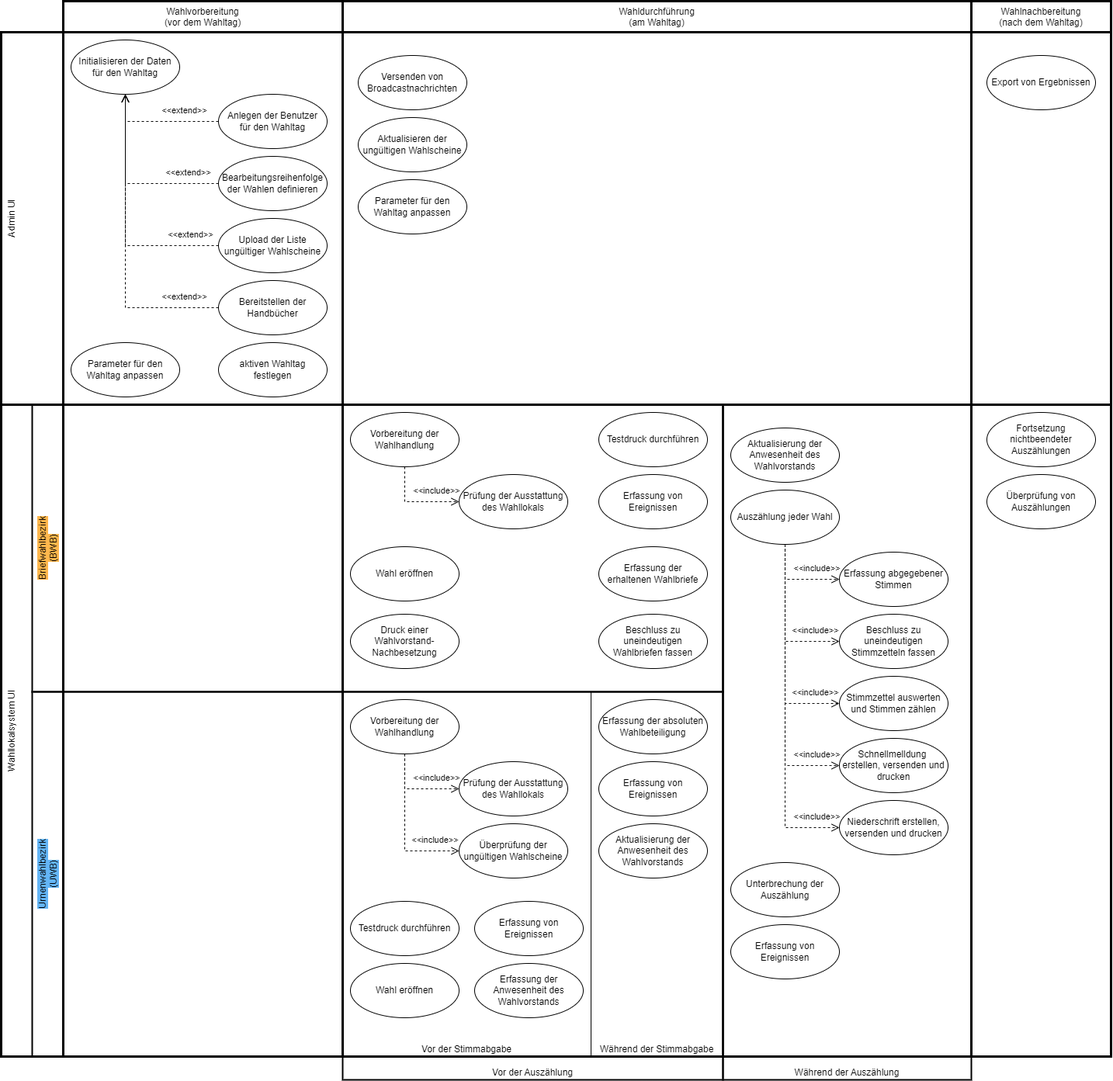
This is docs/src/public/relationshipOfUIsToElectionProcess.drawio.png from it-at-m/Wahllokalsystem, a draw.io export, as it was before one commit. Source tidied: cells renumbered, new cells last; positions are measured from the earlier drawing's top-left corner, leaving out a move shared by most shapes.
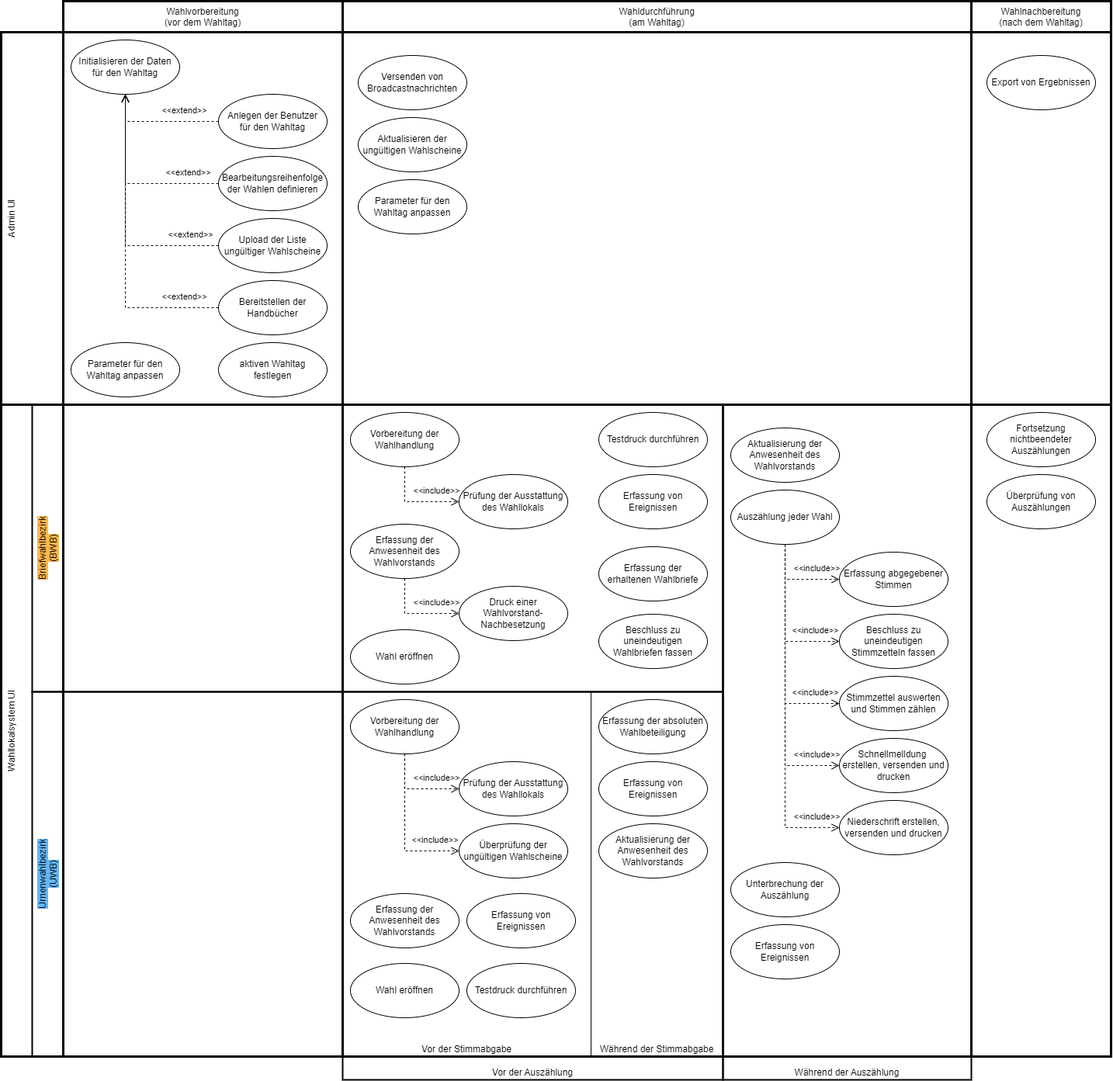
Later version of the same file.

Commit message:
update image to match usecases

Diff of the diagram source:
```diff
@@ -144,7 +144,7 @@
       </mxGeometry>
     </mxCell>
     <mxCell id="41" value="Wahl eröffnen" style="ellipse;whiteSpace=wrap;html=1;" parent="1" vertex="1">
-      <mxGeometry x="450" y="703" width="140" height="70" as="geometry" />
+      <mxGeometry x="450" y="810" width="140" height="70" as="geometry" />
     </mxCell>
     <mxCell id="42" value="&lt;div&gt;&lt;span style=&quot;background-color: initial;&quot;&gt;Erfassung der&lt;br&gt;erhaltenen Wahlbriefe&lt;/span&gt;&lt;br&gt;&lt;/div&gt;" style="ellipse;whiteSpace=wrap;html=1;" parent="1" vertex="1">
       <mxGeometry x="770" y="703" width="140" height="70" as="geometry" />
@@ -168,13 +168,13 @@
       <mxGeometry x="590" y="1060" width="140" height="70" as="geometry" />
     </mxCell>
     <mxCell id="49" value="Erfassung der Anwesenheit des Wahlvorstands" style="ellipse;whiteSpace=wrap;html=1;" parent="1" vertex="1">
-      <mxGeometry x="610" y="1240" width="140" height="70" as="geometry" />
+      <mxGeometry x="450" y="1150" width="140" height="70" as="geometry" />
     </mxCell>
     <mxCell id="50" value="Wahl eröffnen" style="ellipse;whiteSpace=wrap;html=1;" parent="1" vertex="1">
       <mxGeometry x="450" y="1240" width="140" height="70" as="geometry" />
     </mxCell>
     <mxCell id="51" value="Erfassung von Ereignissen" style="ellipse;whiteSpace=wrap;html=1;" parent="1" vertex="1">
-      <mxGeometry x="610" y="1160" width="140" height="70" as="geometry" />
+      <mxGeometry x="600" y="1150" width="140" height="70" as="geometry" />
     </mxCell>
     <mxCell id="52" value="&amp;lt;&amp;lt;include&amp;gt;&amp;gt;" style="endArrow=open;startArrow=none;endFill=0;startFill=0;endSize=8;html=1;verticalAlign=bottom;dashed=1;labelBackgroundColor=none;rounded=0;entryX=0;entryY=0.5;entryDx=0;entryDy=0;exitX=0.5;exitY=1;exitDx=0;exitDy=0;" parent="1" edge="1" source="46" target="47">
       <mxGeometry x="0.48" y="5" relative="1" as="geometry">
@@ -191,7 +191,7 @@
       </mxGeometry>
     </mxCell>
     <mxCell id="54" value="Testdruck durchführen" style="ellipse;whiteSpace=wrap;html=1;" parent="1" vertex="1">
-      <mxGeometry x="450" y="1160" width="140" height="70" as="geometry" />
+      <mxGeometry x="600" y="1240" width="140" height="70" as="geometry" />
     </mxCell>
     <mxCell id="55" value="Initialisieren der Daten&lt;br&gt;für den Wahltag" style="ellipse;whiteSpace=wrap;html=1;" parent="1" vertex="1">
       <mxGeometry x="90" y="50" width="140" height="70" as="geometry" />
@@ -246,7 +246,19 @@
       <mxGeometry x="460" y="230" width="140" height="70" as="geometry" />
     </mxCell>
     <mxCell id="67" value="Druck einer Wahlvorstand-Nachbesetzung" style="ellipse;whiteSpace=wrap;html=1;" parent="1" vertex="1">
-      <mxGeometry x="450" y="790" width="140" height="70" as="geometry" />
+      <mxGeometry x="590" y="754" width="140" height="70" as="geometry" />
     </mxCell>
+    <mxCell id="68" value="Erfassung der Anwesenheit des Wahlvorstands" style="ellipse;whiteSpace=wrap;html=1;" parent="1" vertex="1">
+      <mxGeometry x="450" y="674" width="140" height="70" as="geometry" />
+    </mxCell>
+    <mxCell id="69" value="&amp;lt;&amp;lt;include&amp;gt;&amp;gt;" style="endArrow=open;startArrow=none;endFill=0;startFill=0;endSize=8;html=1;verticalAlign=bottom;dashed=1;labelBackgroundColor=none;rounded=0;entryX=0;entryY=0.5;entryDx=0;entryDy=0;exitX=0.5;exitY=1;exitDx=0;exitDy=0;" parent="1" edge="1">
+      <mxGeometry x="0.48" y="5" relative="1" as="geometry">
+        <mxPoint x="520" y="744" as="sourcePoint" />
+        <mxPoint x="590" y="789" as="targetPoint" />
+        <Array as="points">
+          <mxPoint x="520" y="789" />
+        </Array>
+      </mxGeometry>
+    </mxCell>
   </root>
 </mxGraphModel>
```
